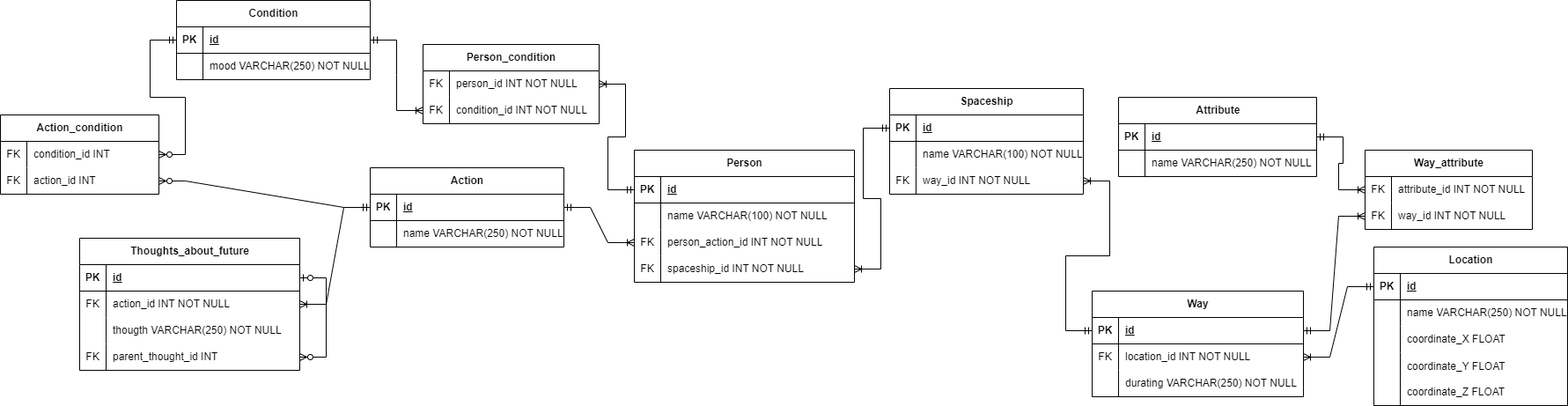
The draw.io diagram DataBases/lab1/DatalogicDiagram.drawio.png in EgorovaVarvara/ITMO, before a commit. Source tidied: cells renumbered, new cells last; positions are measured from the earlier drawing's top-left corner, leaving out a move shared by most shapes.
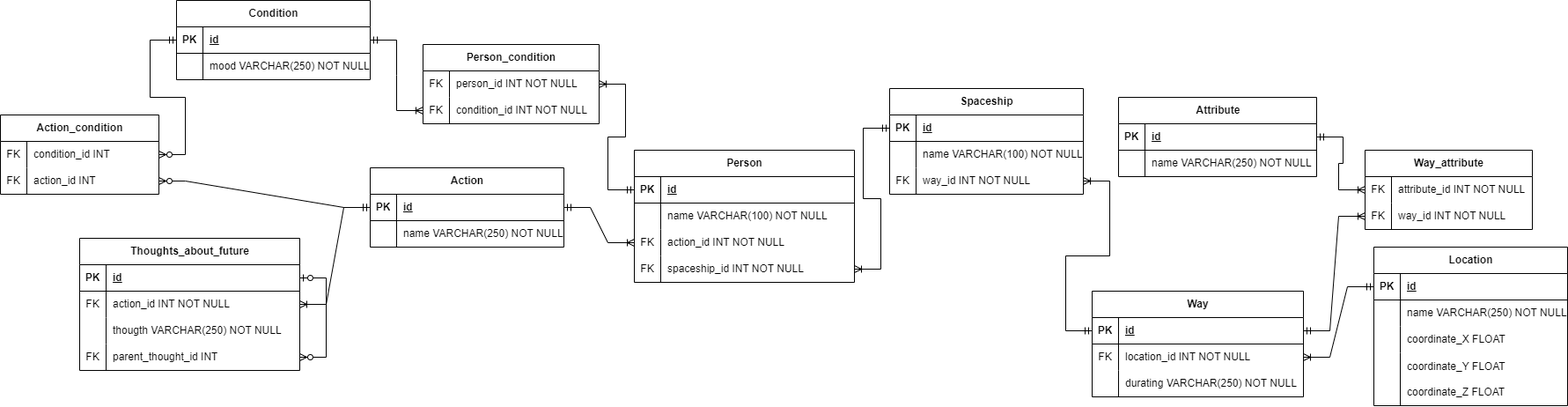
The same file after the commit.

The edit, as a diff of the source:
```diff
@@ -29,7 +29,7 @@
     <mxCell id="10" value="FK" style="shape=partialRectangle;fillColor=none;top=0;left=0;bottom=0;right=0;overflow=hidden;whiteSpace=wrap;html=1;" parent="9" vertex="1">
       <mxGeometry width="30" height="30" as="geometry" />
     </mxCell>
-    <mxCell id="11" value="person_action_id INT NOT NULL" style="shape=partialRectangle;fillColor=none;top=0;left=0;bottom=0;right=0;align=left;spacingLeft=6;overflow=hidden;whiteSpace=wrap;html=1;" parent="9" vertex="1">
+    <mxCell id="11" value="action_id INT NOT NULL" style="shape=partialRectangle;fillColor=none;top=0;left=0;bottom=0;right=0;align=left;spacingLeft=6;overflow=hidden;whiteSpace=wrap;html=1;" parent="9" vertex="1">
       <mxGeometry x="30" width="220" height="30" as="geometry" />
     </mxCell>
     <mxCell id="12" style="shape=tableRow;horizontal=0;startSize=0;swimlaneHead=0;swimlaneBody=0;fillColor=none;points=[[0,0.5],[1,0.5]];portConstraint=eastwest;top=0;left=0;right=0;bottom=0;" parent="2" vertex="1">
```
